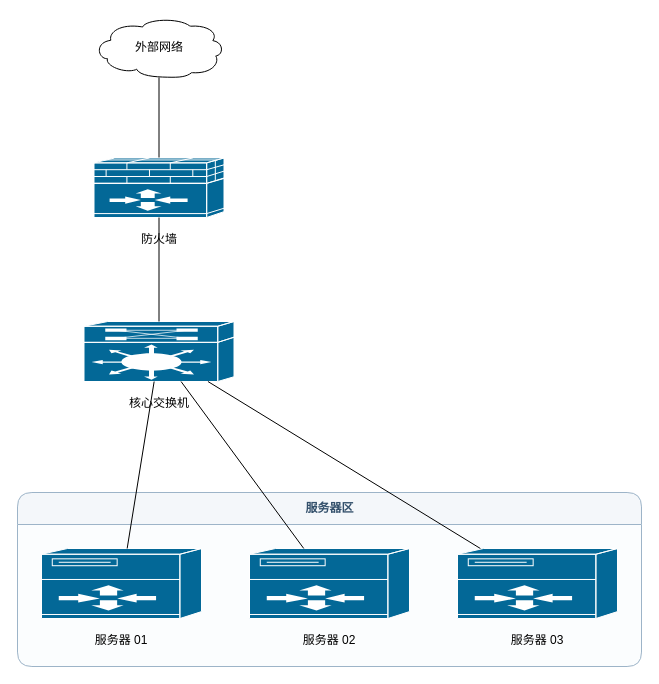
Above: out/network.drawio in ttonghao-thao/Ai-Diagram (draw.io), before the change. Source tidied: cells renumbered, new cells numbered last; positions are measured from the earlier drawing's top-left corner, leaving out a move shared by most shapes. Both pictures are drawn from the tidied source at 100%, with x=0, y=0 at pixel (17, 17).
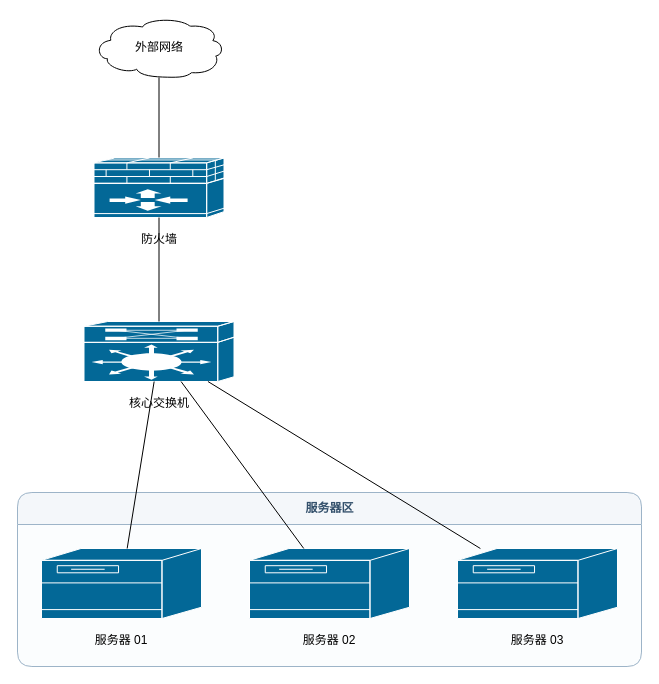
Above is the later version.

Diff of the diagram source:
```diff
@@
 <mxGraphModel>
   <root>
     <mxCell id="0" />
     <mxCell id="1" parent="0" />
     <mxCell id="2" value="服务器区" style="swimlane;html=1;startSize=32;horizontal=1;rounded=1;fillColor=#F4F7FA;strokeColor=#9DB4C8;fontColor=#33506B;swimlaneFillColor=#FBFDFE;" parent="1" vertex="1">
       <mxGeometry y="475" width="624" height="174" as="geometry" />
     </mxCell>
     <mxCell id="3" value="外部网络" style="sketch=0;outlineConnect=0;html=1;fillColor=#FFFFFF;strokeColor=#000000;shape=mxgraph.cisco.storage.cloud;verticalAlign=middle;align=center;fontColor=#000000;fontSize=12;fontColor=#000000;whiteSpace=wrap;aiKind=cloud;aiShapeId=cisco.storage.cloud;" parent="1" vertex="1">
       <mxGeometry x="76.5" width="130" height="60" as="geometry" />
     </mxCell>
     <mxCell id="4" value="防火墙" style="sketch=0;outlineConnect=0;html=1;fillColor=#036897;strokeColor=#FFFFFF;shape=mxgraph.cisco.security.ios_firewall;verticalLabelPosition=bottom;verticalAlign=top;align=center;spacingTop=8;fontSize=12;fontColor=#000000;whiteSpace=wrap;labelWidth=130;verticalLabelPosition=bottom;verticalAlign=top;align=center;aiKind=firewall;aiShapeId=cisco.security.ios_firewall;" parent="1" vertex="1">
       <mxGeometry x="76.5" y="140" width="130" height="60" as="geometry" />
     </mxCell>
     <mxCell id="5" value="核心交换机" style="sketch=0;outlineConnect=0;html=1;fillColor=#036897;strokeColor=#FFFFFF;shape=mxgraph.cisco.misc.route_switch_processor;verticalLabelPosition=bottom;verticalAlign=top;align=center;spacingTop=8;fontSize=12;fontColor=#000000;whiteSpace=wrap;labelWidth=150;verticalLabelPosition=bottom;verticalAlign=top;align=center;aiKind=switch;aiNetworkRole=core;aiShapeId=cisco.misc.route_switch_processor;" parent="1" vertex="1">
       <mxGeometry x="66.5" y="304" width="150" height="60" as="geometry" />
     </mxCell>
-    <mxCell id="6" value="服务器 01" style="sketch=0;outlineConnect=0;html=1;fillColor=#036897;strokeColor=#FFFFFF;shape=mxgraph.cisco.servers.server_with_router;verticalLabelPosition=bottom;verticalAlign=top;align=center;spacingTop=8;fontSize=12;fontColor=#000000;whiteSpace=wrap;labelWidth=160;verticalLabelPosition=bottom;verticalAlign=top;align=center;aiKind=server;aiNetworkRole=endpoint;aiShapeId=cisco.servers.server_with_router;" parent="2" vertex="1">
+    <mxCell id="6" value="服务器 01" style="sketch=0;outlineConnect=0;html=1;fillColor=#036897;strokeColor=#FFFFFF;shape=mxgraph.cisco.servers.fileserver;verticalLabelPosition=bottom;verticalAlign=top;align=center;spacingTop=8;fontSize=12;fontColor=#000000;whiteSpace=wrap;labelWidth=160;verticalLabelPosition=bottom;verticalAlign=top;align=center;aiKind=server;aiNetworkRole=endpoint;aiShapeId=cisco.servers.fileserver;" parent="2" vertex="1">
       <mxGeometry x="24" y="56" width="160" height="70" as="geometry" />
     </mxCell>
-    <mxCell id="7" value="服务器 02" style="sketch=0;outlineConnect=0;html=1;fillColor=#036897;strokeColor=#FFFFFF;shape=mxgraph.cisco.servers.server_with_router;verticalLabelPosition=bottom;verticalAlign=top;align=center;spacingTop=8;fontSize=12;fontColor=#000000;whiteSpace=wrap;labelWidth=160;verticalLabelPosition=bottom;verticalAlign=top;align=center;aiKind=server;aiNetworkRole=endpoint;aiShapeId=cisco.servers.server_with_router;" parent="2" vertex="1">
+    <mxCell id="7" value="服务器 02" style="sketch=0;outlineConnect=0;html=1;fillColor=#036897;strokeColor=#FFFFFF;shape=mxgraph.cisco.servers.fileserver;verticalLabelPosition=bottom;verticalAlign=top;align=center;spacingTop=8;fontSize=12;fontColor=#000000;whiteSpace=wrap;labelWidth=160;verticalLabelPosition=bottom;verticalAlign=top;align=center;aiKind=server;aiNetworkRole=endpoint;aiShapeId=cisco.servers.fileserver;" parent="2" vertex="1">
       <mxGeometry x="232" y="56" width="160" height="70" as="geometry" />
     </mxCell>
-    <mxCell id="8" value="服务器 03" style="sketch=0;outlineConnect=0;html=1;fillColor=#036897;strokeColor=#FFFFFF;shape=mxgraph.cisco.servers.server_with_router;verticalLabelPosition=bottom;verticalAlign=top;align=center;spacingTop=8;fontSize=12;fontColor=#000000;whiteSpace=wrap;labelWidth=160;verticalLabelPosition=bottom;verticalAlign=top;align=center;aiKind=server;aiNetworkRole=endpoint;aiShapeId=cisco.servers.server_with_router;" parent="2" vertex="1">
+    <mxCell id="8" value="服务器 03" style="sketch=0;outlineConnect=0;html=1;fillColor=#036897;strokeColor=#FFFFFF;shape=mxgraph.cisco.servers.fileserver;verticalLabelPosition=bottom;verticalAlign=top;align=center;spacingTop=8;fontSize=12;fontColor=#000000;whiteSpace=wrap;labelWidth=160;verticalLabelPosition=bottom;verticalAlign=top;align=center;aiKind=server;aiNetworkRole=endpoint;aiShapeId=cisco.servers.fileserver;" parent="2" vertex="1">
       <mxGeometry x="440" y="56" width="160" height="70" as="geometry" />
     </mxCell>
     <mxCell id="9" style="sketch=0;html=1;strokeColor=#000000;strokeWidth=1;labelBackgroundColor=#FFFFFF;startArrow=none;startFill=0;endArrow=none;endFill=0;strokeColor=#000000;strokeWidth=1;labelBackgroundColor=#FFFFFF;aiKind=physical;aiDirection=undirected;" parent="1" edge="1" source="3" target="4">
       <mxGeometry relative="1" as="geometry" />
     </mxCell>
     <mxCell id="10" style="sketch=0;html=1;strokeColor=#000000;strokeWidth=1;labelBackgroundColor=#FFFFFF;startArrow=none;startFill=0;endArrow=none;endFill=0;strokeColor=#000000;strokeWidth=1;labelBackgroundColor=#FFFFFF;aiKind=physical;aiDirection=undirected;" parent="1" edge="1" source="4" target="5">
       <mxGeometry relative="1" as="geometry" />
     </mxCell>
     <mxCell id="11" style="sketch=0;html=1;strokeColor=#000000;strokeWidth=1;labelBackgroundColor=#FFFFFF;startArrow=none;startFill=0;endArrow=none;endFill=0;strokeColor=#000000;strokeWidth=1;labelBackgroundColor=#FFFFFF;aiKind=physical;aiDirection=undirected;" parent="1" edge="1" source="5" target="6">
       <mxGeometry relative="1" as="geometry" />
     </mxCell>
     <mxCell id="12" style="sketch=0;html=1;strokeColor=#000000;strokeWidth=1;labelBackgroundColor=#FFFFFF;startArrow=none;startFill=0;endArrow=none;endFill=0;strokeColor=#000000;strokeWidth=1;labelBackgroundColor=#FFFFFF;aiKind=physical;aiDirection=undirected;" parent="1" edge="1" source="5" target="7">
       <mxGeometry relative="1" as="geometry" />
     </mxCell>
     <mxCell id="13" style="sketch=0;html=1;strokeColor=#000000;strokeWidth=1;labelBackgroundColor=#FFFFFF;startArrow=none;startFill=0;endArrow=none;endFill=0;strokeColor=#000000;strokeWidth=1;labelBackgroundColor=#FFFFFF;aiKind=physical;aiDirection=undirected;" parent="1" edge="1" source="5" target="8">
       <mxGeometry relative="1" as="geometry" />
     </mxCell>
   </root>
 </mxGraphModel>
```
